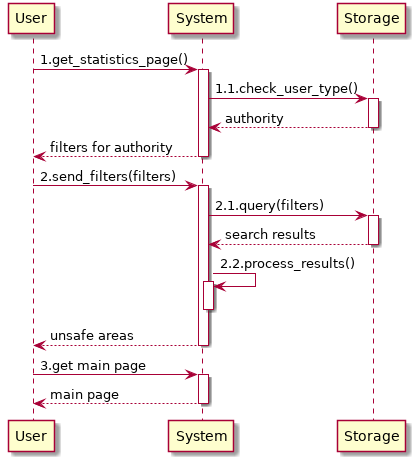
Before: RASD/images/useCases/information_mining_by_officers.png, a diagram exported from PlantUML (GiorgioUghini/SafeStreets).
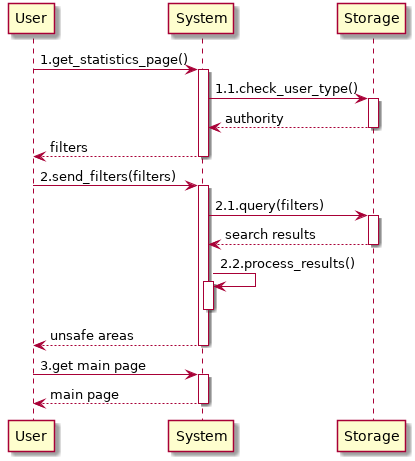
The same diagram one commit later.

Change to the diagram source:
```diff
@@ -8,7 +8,7 @@
     U -> S: 1.get_statistics_page()
     S -> ST: 1.1.check_user_type()
     return authority
-    return filters for authority
+    return filters
     U -> S: 2.send_filters(filters)
     S -> ST: 2.1.query(filters)
     return search results
```
